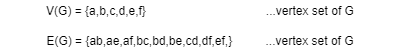
The draw.io diagram img/graph03.png in vssGithub/Notes, before a commit. Source tidied: cells renumbered, new cells last; positions are measured from the earlier drawing's top-left corner, leaving out a move shared by most shapes.
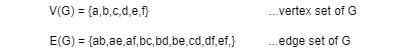
The same diagram one commit later.

Change to the diagram source:
```diff
@@ -3,9 +3,9 @@
     <mxCell id="0" />
     <mxCell id="1" parent="0" />
     <mxCell id="2" value="V(G) = {a,b,c,d,e,f}&amp;nbsp; &amp;nbsp; &amp;nbsp; &amp;nbsp; &amp;nbsp; &amp;nbsp; &amp;nbsp; &amp;nbsp; &amp;nbsp; &amp;nbsp; &amp;nbsp; &amp;nbsp; &amp;nbsp; &amp;nbsp; &amp;nbsp; &amp;nbsp; &amp;nbsp; &amp;nbsp; ...vertex set of G" style="text;html=1;strokeColor=none;fillColor=none;align=center;verticalAlign=middle;whiteSpace=wrap;rounded=0;" parent="1" vertex="1">
-      <mxGeometry x="40" width="320" height="20" as="geometry" />
+      <mxGeometry x="43" width="320" height="20" as="geometry" />
     </mxCell>
-    <mxCell id="3" value="E(G) = {ab,ae,af,bc,bd,be,cd,df,ef,}&amp;nbsp; &amp;nbsp; &amp;nbsp; &amp;nbsp; &amp;nbsp; ...vertex set of G" style="text;html=1;strokeColor=none;fillColor=none;align=center;verticalAlign=middle;whiteSpace=wrap;rounded=0;" parent="1" vertex="1">
+    <mxCell id="3" value="E(G) = {ab,ae,af,bc,bd,be,cd,df,ef,}&amp;nbsp; &amp;nbsp; &amp;nbsp; &amp;nbsp; &amp;nbsp; ...edge set of G" style="text;html=1;strokeColor=none;fillColor=none;align=center;verticalAlign=middle;whiteSpace=wrap;rounded=0;" parent="1" vertex="1">
       <mxGeometry y="30" width="400" height="20" as="geometry" />
     </mxCell>
   </root>
```
